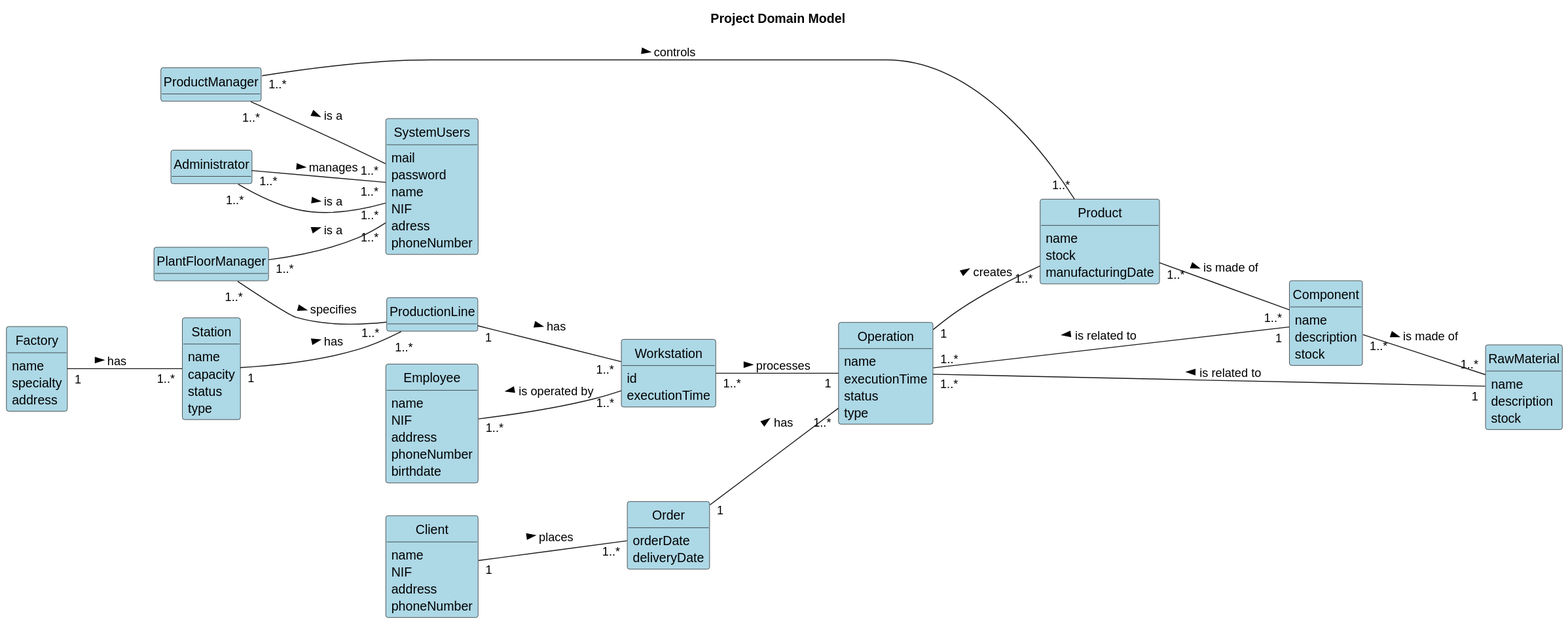
The PlantUML diagram others/documentation/global-artifacts/svg/domain-model-Project_Domain_Model.svg in ricardomm7/buildflow, before a commit.
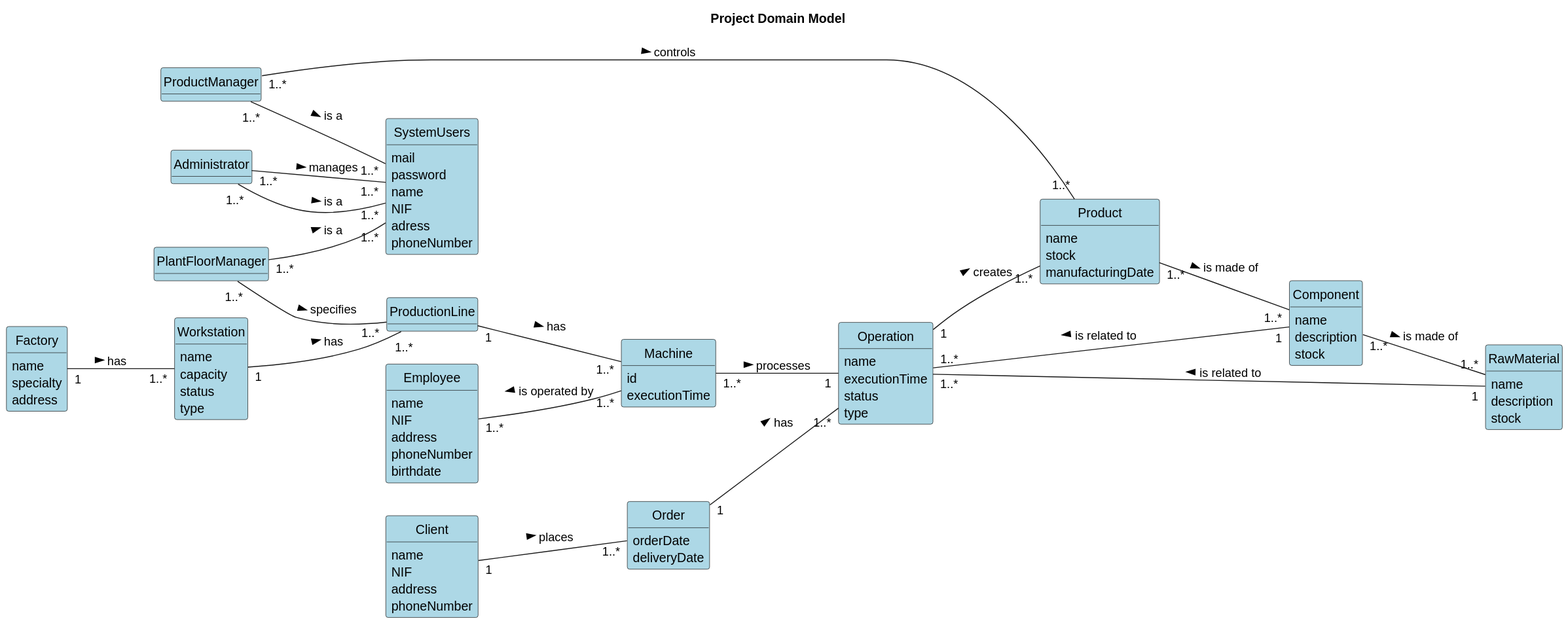
The same diagram one commit later.

The edit, as a diff of the source:
```diff
@@ -48,7 +48,7 @@
     stock
 }
 
-class Workstation {
+class Machine {
     id
     executionTime
 }
@@ -68,7 +68,7 @@
     type
 }
 
-class Station {
+class Workstation {
     name
     capacity
     status
@@ -99,7 +99,7 @@
 PlantFloorManager"1..*" -- "1..*" SystemUsers: is a >
 Administrator"1..*" -- "1..*" SystemUsers: manages >
 PlantFloorManager"1..*" -- "1..*" ProductionLine: specifies >
-ProductionLine "1" -- "1..*" Workstation: has >
+ProductionLine "1" -- "1..*" Machine: has >
 ProductManager "1..*" -- "1..*" Product: controls >
 Component "1..*" -- "1..*" RawMaterial: is made of >
 Product "1..*" -- "1..*" Component : is made of >
@@ -108,8 +108,8 @@
 Operation "1" -- "1..*" Product : creates >
 Order "1" -- "1..*" Operation : has >
 Client "1" -- "1..*" Order : places >
-Workstation "1..*" -- "1" Operation : processes >
-Employee "1..*" -- "1..*" Workstation : is operated by <
-Station "1" -- "1..*" ProductionLine : has >
-Factory "1" -- "1..*" Station : has >
+Machine "1..*" -- "1" Operation : processes >
+Employee "1..*" -- "1..*" Machine : is operated by <
+Workstation "1" -- "1..*" ProductionLine : has >
+Factory "1" -- "1..*" Workstation : has >
 @enduml
```
